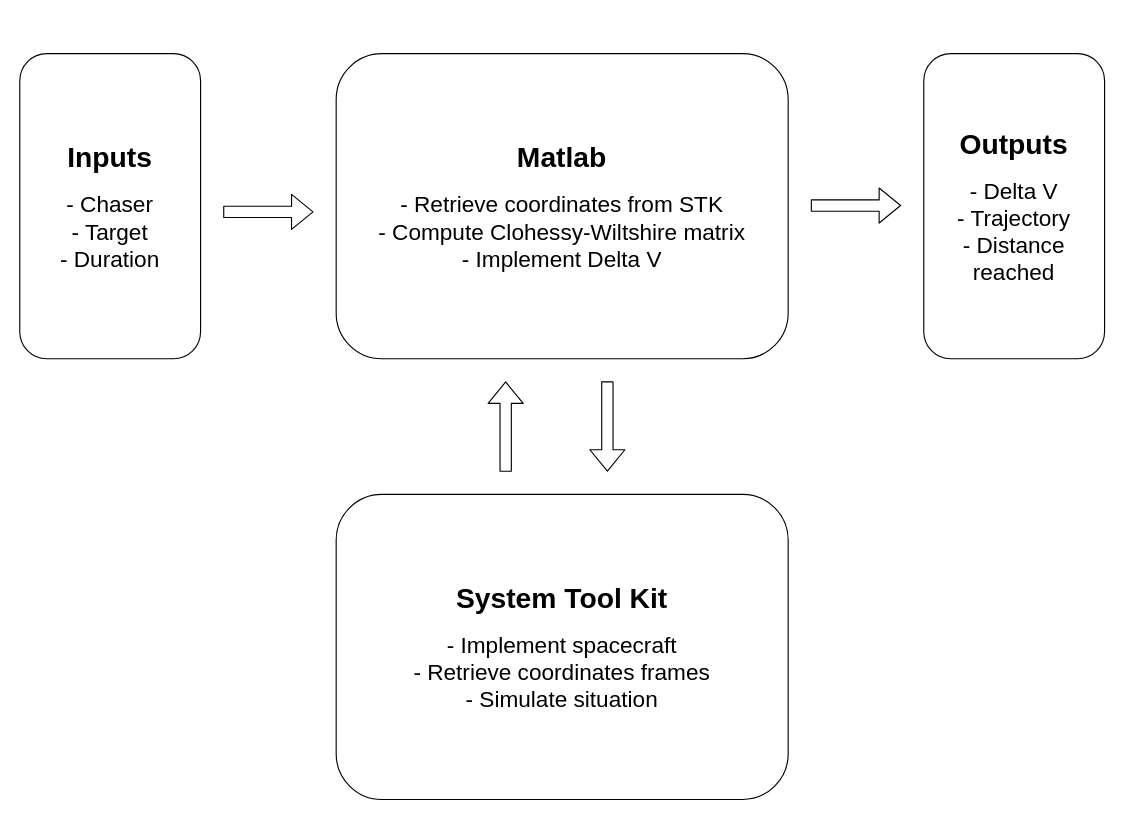
The draw.io diagram figures/workflow2.drawio in alexandrelms/terminal_guidance, before the edit. Source tidied: cells renumbered, new cells numbered last; positions are measured from the earlier drawing's top-left corner, leaving out a move shared by most shapes. Both pictures are drawn from the tidied source at 113%, with x=0, y=0 at pixel (19, 53).
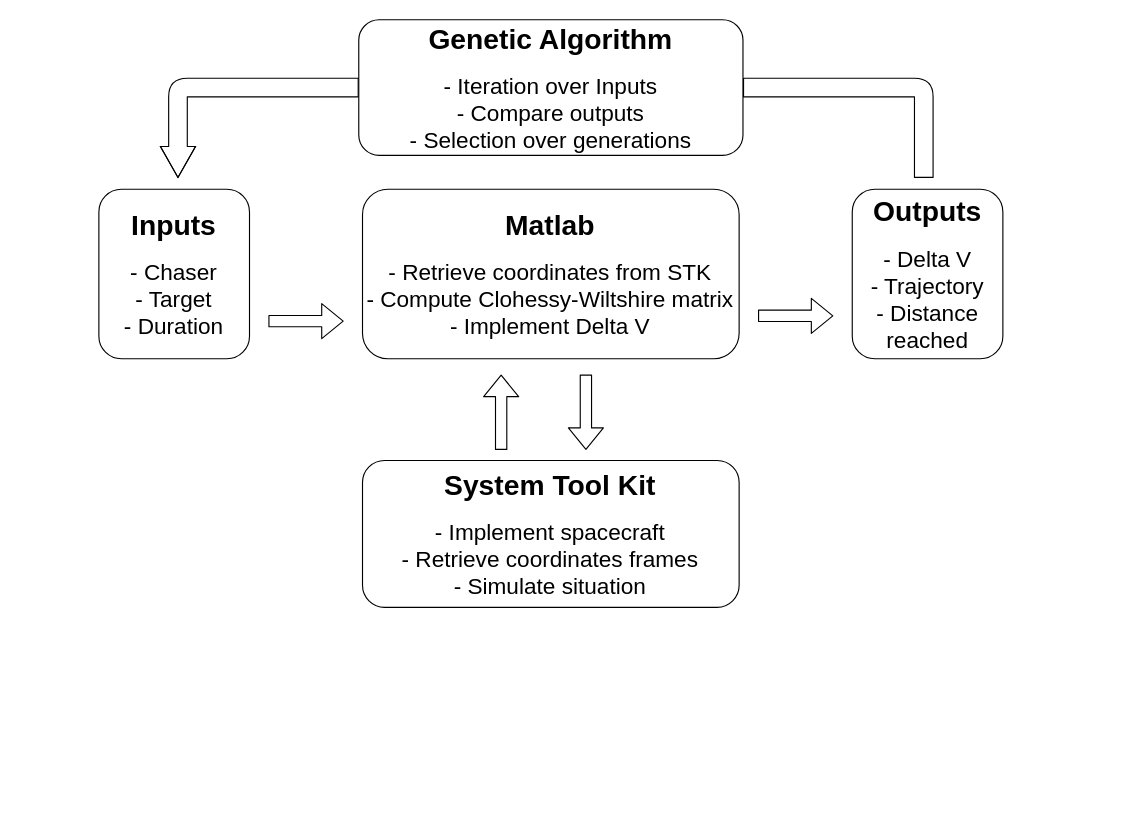
The same diagram, later.

What changed in the source:
```diff
@@
+    <mxCell id="10" style="group;" parent="1" vertex="1">
+      <mxGeometry x="70" y="120" width="800" height="550" as="geometry" />
+    </mxCell>
-    <mxCell id="2" value="&lt;font&gt;&lt;b&gt;&lt;font style=&quot;font-size: 25px&quot;&gt;Inputs&lt;/font&gt;&lt;/b&gt;&lt;br&gt;&lt;br&gt;&lt;span style=&quot;font-size: 20px&quot;&gt;- Chaser&lt;/span&gt;&lt;br&gt;&lt;span style=&quot;font-size: 20px&quot;&gt;- Target&lt;/span&gt;&lt;br&gt;&lt;span style=&quot;font-size: 20px&quot;&gt;- Duration&lt;/span&gt;&lt;br&gt;&lt;/font&gt;" style="rounded=1;whiteSpace=wrap;html=1;" parent="1" vertex="1">
-      <mxGeometry width="160" height="270" as="geometry" />
+    <mxCell id="2" value="&lt;font&gt;&lt;b&gt;&lt;font style=&quot;font-size: 25px&quot;&gt;Inputs&lt;/font&gt;&lt;/b&gt;&lt;br&gt;&lt;br&gt;&lt;span style=&quot;font-size: 20px&quot;&gt;- Chaser&lt;/span&gt;&lt;br&gt;&lt;span style=&quot;font-size: 20px&quot;&gt;- Target&lt;/span&gt;&lt;br&gt;&lt;span style=&quot;font-size: 20px&quot;&gt;- Duration&lt;/span&gt;&lt;br&gt;&lt;/font&gt;" style="rounded=1;whiteSpace=wrap;html=1;" parent="10" vertex="1">
+      <mxGeometry width="133.3" height="150" as="geometry" />
     </mxCell>
-    <mxCell id="3" value="&lt;font&gt;&lt;b&gt;&lt;font style=&quot;font-size: 25px&quot;&gt;Outputs&lt;/font&gt;&lt;/b&gt;&lt;br&gt;&lt;br&gt;&lt;span style=&quot;font-size: 20px&quot;&gt;- Delta V&lt;/span&gt;&lt;br&gt;&lt;span style=&quot;font-size: 20px&quot;&gt;- Trajectory&lt;/span&gt;&lt;br&gt;&lt;span style=&quot;font-size: 20px&quot;&gt;- Distance reached&lt;/span&gt;&lt;br&gt;&lt;/font&gt;" style="rounded=1;whiteSpace=wrap;html=1;" parent="1" vertex="1">
-      <mxGeometry x="800" width="160" height="270" as="geometry" />
+    <mxCell id="3" value="&lt;font&gt;&lt;b&gt;&lt;font style=&quot;font-size: 25px&quot;&gt;Outputs&lt;/font&gt;&lt;/b&gt;&lt;br&gt;&lt;br&gt;&lt;span style=&quot;font-size: 20px&quot;&gt;- Delta V&lt;/span&gt;&lt;br&gt;&lt;span style=&quot;font-size: 20px&quot;&gt;- Trajectory&lt;/span&gt;&lt;br&gt;&lt;span style=&quot;font-size: 20px&quot;&gt;- Distance reached&lt;/span&gt;&lt;br&gt;&lt;/font&gt;" style="rounded=1;whiteSpace=wrap;html=1;" parent="10" vertex="1">
+      <mxGeometry x="666.7" width="133.3" height="150" as="geometry" />
     </mxCell>
-    <mxCell id="4" value="&lt;font&gt;&lt;b&gt;&lt;font style=&quot;font-size: 25px&quot;&gt;Matlab&lt;/font&gt;&lt;/b&gt;&lt;br&gt;&lt;br&gt;&lt;span style=&quot;font-size: 20px&quot;&gt;- Retrieve coordinates from STK&lt;/span&gt;&lt;br&gt;&lt;span style=&quot;font-size: 20px&quot;&gt;- Compute Clohessy-Wiltshire matrix&lt;/span&gt;&lt;br&gt;&lt;span style=&quot;font-size: 20px&quot;&gt;- Implement Delta V&lt;/span&gt;&lt;br&gt;&lt;/font&gt;" style="rounded=1;whiteSpace=wrap;html=1;" parent="1" vertex="1">
-      <mxGeometry x="280" width="400" height="270" as="geometry" />
+    <mxCell id="4" value="&lt;font&gt;&lt;b&gt;&lt;font style=&quot;font-size: 25px&quot;&gt;Matlab&lt;/font&gt;&lt;/b&gt;&lt;br&gt;&lt;br&gt;&lt;span style=&quot;font-size: 20px&quot;&gt;- Retrieve coordinates from STK&lt;/span&gt;&lt;br&gt;&lt;span style=&quot;font-size: 20px&quot;&gt;- Compute Clohessy-Wiltshire matrix&lt;/span&gt;&lt;br&gt;&lt;span style=&quot;font-size: 20px&quot;&gt;- Implement Delta V&lt;/span&gt;&lt;br&gt;&lt;/font&gt;" style="rounded=1;whiteSpace=wrap;html=1;" parent="10" vertex="1">
+      <mxGeometry x="233.3" width="333.3" height="150" as="geometry" />
     </mxCell>
-    <mxCell id="5" value="&lt;font&gt;&lt;b&gt;&lt;font style=&quot;font-size: 25px&quot;&gt;System Tool Kit&lt;/font&gt;&lt;/b&gt;&lt;br&gt;&lt;br&gt;&lt;span style=&quot;font-size: 20px&quot;&gt;- Implement spacecraft&lt;/span&gt;&lt;br&gt;&lt;span style=&quot;font-size: 20px&quot;&gt;- Retrieve coordinates frames&lt;/span&gt;&lt;br&gt;&lt;span style=&quot;font-size: 20px&quot;&gt;- Simulate situation&lt;/span&gt;&lt;br&gt;&lt;/font&gt;" style="rounded=1;whiteSpace=wrap;html=1;" parent="1" vertex="1">
-      <mxGeometry x="280" y="390" width="400" height="270" as="geometry" />
+    <mxCell id="5" value="&lt;font&gt;&lt;b&gt;&lt;font style=&quot;font-size: 25px&quot;&gt;System Tool Kit&lt;/font&gt;&lt;/b&gt;&lt;br&gt;&lt;br&gt;&lt;span style=&quot;font-size: 20px&quot;&gt;- Implement spacecraft&lt;/span&gt;&lt;br&gt;&lt;span style=&quot;font-size: 20px&quot;&gt;- Retrieve coordinates frames&lt;/span&gt;&lt;br&gt;&lt;span style=&quot;font-size: 20px&quot;&gt;- Simulate situation&lt;/span&gt;&lt;br&gt;&lt;/font&gt;" style="rounded=1;whiteSpace=wrap;html=1;" parent="10" vertex="1">
+      <mxGeometry x="233.3" y="240" width="333.3" height="130" as="geometry" />
     </mxCell>
-    <mxCell id="6" style="shape=flexArrow;endArrow=classic;html=1;" parent="1" edge="1">
+    <mxCell id="6" style="shape=flexArrow;endArrow=classic;html=1;" parent="10" edge="1">
       <mxGeometry relative="1" as="geometry">
-        <mxPoint x="430" y="370" as="sourcePoint" />
-        <mxPoint x="430" y="290" as="targetPoint" />
+        <mxPoint x="356" y="230.7" as="sourcePoint" />
+        <mxPoint x="356" y="164" as="targetPoint" />
       </mxGeometry>
     </mxCell>
-    <mxCell id="7" style="shape=flexArrow;endArrow=classic;html=1;" parent="1" edge="1">
+    <mxCell id="7" style="shape=flexArrow;endArrow=classic;html=1;" parent="10" edge="1">
       <mxGeometry relative="1" as="geometry">
-        <mxPoint x="520" y="290" as="sourcePoint" />
-        <mxPoint x="520" y="370" as="targetPoint" />
+        <mxPoint x="431" y="164" as="sourcePoint" />
+        <mxPoint x="431" y="230.7" as="targetPoint" />
       </mxGeometry>
     </mxCell>
-    <mxCell id="8" style="shape=flexArrow;endArrow=classic;html=1;" parent="1" edge="1">
+    <mxCell id="8" style="shape=flexArrow;endArrow=classic;html=1;" parent="10" edge="1">
       <mxGeometry relative="1" as="geometry">
-        <mxPoint x="180" y="140" as="sourcePoint" />
-        <mxPoint x="260" y="140" as="targetPoint" />
+        <mxPoint x="150" y="116.7" as="sourcePoint" />
+        <mxPoint x="216.7" y="116.7" as="targetPoint" />
       </mxGeometry>
     </mxCell>
-    <mxCell id="9" style="shape=flexArrow;endArrow=classic;html=1;" parent="1" edge="1">
+    <mxCell id="9" style="shape=flexArrow;endArrow=classic;html=1;" parent="10" edge="1">
       <mxGeometry relative="1" as="geometry">
-        <mxPoint x="700" y="134.4" as="sourcePoint" />
-        <mxPoint x="780" y="134.4" as="targetPoint" />
+        <mxPoint x="583.3" y="112" as="sourcePoint" />
+        <mxPoint x="650" y="112" as="targetPoint" />
       </mxGeometry>
     </mxCell>
+    <mxCell id="11" style="shape=flexArrow;endArrow=classic;html=1;endWidth=13.564013840830448;endSize=8.788235294117648;width=16.47058823529412;startArrow=none;" parent="1" edge="1" source="12">
+      <mxGeometry relative="1" as="geometry">
+        <mxPoint x="140" y="110" as="targetPoint" />
+        <Array as="points">
+          <mxPoint x="140" y="30" />
+        </Array>
+      </mxGeometry>
+    </mxCell>
+    <mxCell id="12" value="&lt;font&gt;&lt;b&gt;&lt;font style=&quot;font-size: 25px&quot;&gt;Genetic Algorithm&lt;/font&gt;&lt;/b&gt;&lt;br&gt;&lt;br&gt;&lt;span style=&quot;font-size: 20px&quot;&gt;- Iteration over Inputs&lt;/span&gt;&lt;br&gt;&lt;span style=&quot;font-size: 20px&quot;&gt;- Compare outputs&lt;/span&gt;&lt;br&gt;&lt;span style=&quot;font-size: 20px&quot;&gt;- Selection over generations&lt;/span&gt;&lt;br&gt;&lt;/font&gt;" style="rounded=1;whiteSpace=wrap;html=1;" parent="1" vertex="1">
+      <mxGeometry x="300" y="-30" width="340" height="120" as="geometry" />
+    </mxCell>
+    <mxCell id="13" style="shape=flexArrow;endArrow=none;html=1;endWidth=13.564013840830448;endSize=8.788235294117648;width=16.47058823529412;" parent="1" edge="1" target="12">
+      <mxGeometry relative="1" as="geometry">
+        <mxPoint x="800" y="110" as="sourcePoint" />
+        <Array as="points">
+          <mxPoint x="800" y="30" />
+        </Array>
+      </mxGeometry>
+    </mxCell>
```
